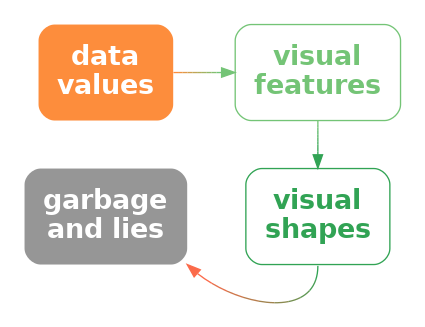
This is Diagrams/data-vis-shape-lie.png from pmur002/hdvw, a Graphviz export, as it was before one commit. Its source is kept beside it as Diagrams/data-vis-shape-lie.dot.
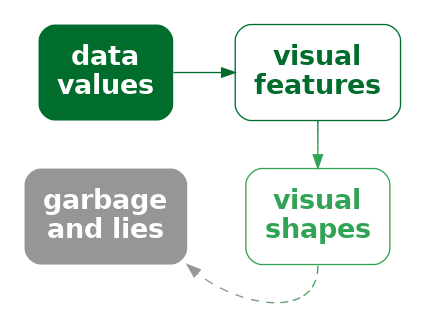
After the commit.

The edit, as a diff of the source:
```diff
@@ -1,15 +1,15 @@
 digraph {
   graph [ rankdir=LR; margin=.2; nodesep=.5 ];
   node [ fontsize=20; fontname="sans bold"; margin=.2 ];
-  data [ label="data\nvalues"; shape=box; style="filled, rounded"; penwidth=0; fontcolor=white; fillcolor="#FD8D3C" ]
+  data [ label="data\nvalues"; shape=box; style="filled, rounded"; penwidth=0; fontcolor=white; fillcolor="#006D2C" ]
   lie [ label="garbage\nand lies"; shape=box; style="filled, rounded"; penwidth=0; fontcolor=white; fillcolor="#969696" ]
   vis [ label="visual\nfeatures"; shape=box;
-     style="rounded"; color="#74C476"; fontcolor="#74C476" ]
+     style="rounded"; color="#006D2C"; fontcolor="#006D2C" ]
   shape [ label="visual\nshapes"; shape=box;
        style="rounded"; color="#31A354"; fontcolor="#31A354" ]
-  data -> vis [ style="bold"; penwidth=1; color="#FD8D3C;0.1:#EE9342;0.1:#DF9949;0.1:#CF9F4F;0.1:#C0A556;0.1:#B1AC5C;0.1:#A2B263;0.1:#92B869;0.1:#83BE70;0.1:#74C476;0.1" ]
-  vis -> shape [ style="solid", color="#74C476;0.1:#6DC072;0.1:#65BD6E;0.1:#5EB96B;0.1:#56B567;0.1:#4FB263;0.1:#47AE5F;0.1:#40AA5C;0.1:#38A758;0.1:#31A354;0.1" ]
-  shape:s -> lie:se [ style="solid", color="#31A354;0.1:#479D53;0.1:#5E9652;0.1:#749051;0.1:#8B8A50;0.1:#A1834E;0.1:#B87D4D;0.1:#CE774C;0.1:#E5704B;0.1:#FB6A4A;0.1" ]
+  data -> vis [ style="bold"; penwidth=1; color="#006D2C" ]
+  vis -> shape [ style="solid", color="#006D2C;0.1:#057330;0.1:#0B7935;0.1:#107F39;0.1:#16853E;0.1:#1B8B42;0.1:#219147;0.1:#26974B;0.1:#2C9D50;0.1:#31A354;0.1" ]
+  shape:s -> lie:se [ style="dashed", color="#31A354;0.1:#3CA25B;0.1:#47A063;0.1:#539F6A;0.1:#5E9D71;0.1:#699C79;0.1:#749A80;0.1:#809987;0.1:#8B978F;0.1:#969696;0.1" ]
 { rank=same; data, lie }
 { rank=same; vis, shape }
 }
```
